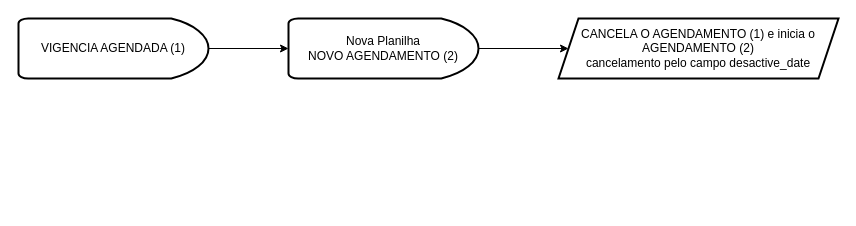
Earlier version of the draw.io diagram Diagrama sem nome.drawio (luizaprata/lab). Source tidied: cells renumbered, new cells numbered last; positions are measured from the earlier drawing's top-left corner, leaving out a move shared by most shapes. Both pictures are drawn from the tidied source at 100%, with x=0, y=0 at pixel (18, 18).
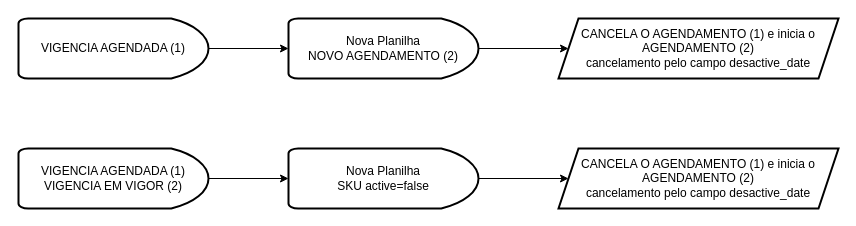
The same page after the edit.

What changed in the source:
```diff
@@
 <mxGraphModel>
   <root>
     <mxCell id="0" />
     <mxCell id="1" parent="0" />
     <mxCell id="2" style="edgeStyle=orthogonalEdgeStyle;rounded=0;jettySize=auto;html=1;" parent="1" edge="1" source="3" target="5">
       <mxGeometry relative="1" as="geometry" />
     </mxCell>
     <mxCell id="3" value="&lt;div&gt;VIGENCIA AGENDADA (1)&lt;br&gt;&lt;/div&gt;" style="strokeWidth=2;html=1;shape=mxgraph.flowchart.delay;whiteSpace=wrap;" parent="1" vertex="1">
       <mxGeometry width="190" height="60" as="geometry" />
     </mxCell>
     <mxCell id="4" style="edgeStyle=orthogonalEdgeStyle;rounded=0;jettySize=auto;html=1;" parent="1" edge="1" source="5" target="6">
       <mxGeometry relative="1" as="geometry" />
     </mxCell>
     <mxCell id="5" value="Nova Planilha&lt;br&gt;NOVO AGENDAMENTO (2)" style="strokeWidth=2;html=1;shape=mxgraph.flowchart.delay;whiteSpace=wrap;" parent="1" vertex="1">
       <mxGeometry x="270" width="190" height="60" as="geometry" />
     </mxCell>
     <mxCell id="6" value="CANCELA O AGENDAMENTO (1) e inicia o AGENDAMENTO (2) &lt;br&gt;cancelamento pelo campo desactive_date" style="shape=parallelogram;perimeter=parallelogramPerimeter;whiteSpace=wrap;html=1;fixedSize=1;strokeWidth=2;" parent="1" vertex="1">
       <mxGeometry x="540" width="280" height="60" as="geometry" />
     </mxCell>
+    <mxCell id="7" style="edgeStyle=orthogonalEdgeStyle;rounded=0;jettySize=auto;html=1;" parent="1" edge="1" source="8" target="10">
+      <mxGeometry relative="1" as="geometry" />
+    </mxCell>
+    <mxCell id="8" value="&lt;div&gt;VIGENCIA AGENDADA (1)&lt;br&gt;VIGENCIA EM VIGOR (2)&lt;br&gt;&lt;/div&gt;" style="strokeWidth=2;html=1;shape=mxgraph.flowchart.delay;whiteSpace=wrap;" parent="1" vertex="1">
+      <mxGeometry y="130" width="190" height="60" as="geometry" />
+    </mxCell>
+    <mxCell id="9" style="edgeStyle=orthogonalEdgeStyle;rounded=0;jettySize=auto;html=1;" parent="1" edge="1" source="10" target="11">
+      <mxGeometry relative="1" as="geometry" />
+    </mxCell>
+    <mxCell id="10" value="Nova Planilha&lt;br&gt;SKU active=false" style="strokeWidth=2;html=1;shape=mxgraph.flowchart.delay;whiteSpace=wrap;" parent="1" vertex="1">
+      <mxGeometry x="270" y="130" width="190" height="60" as="geometry" />
+    </mxCell>
+    <mxCell id="11" value="CANCELA O AGENDAMENTO (1) e inicia o AGENDAMENTO (2) &lt;br&gt;cancelamento pelo campo desactive_date" style="shape=parallelogram;perimeter=parallelogramPerimeter;whiteSpace=wrap;html=1;fixedSize=1;strokeWidth=2;" parent="1" vertex="1">
+      <mxGeometry x="540" y="130" width="280" height="60" as="geometry" />
+    </mxCell>
   </root>
 </mxGraphModel>
```
